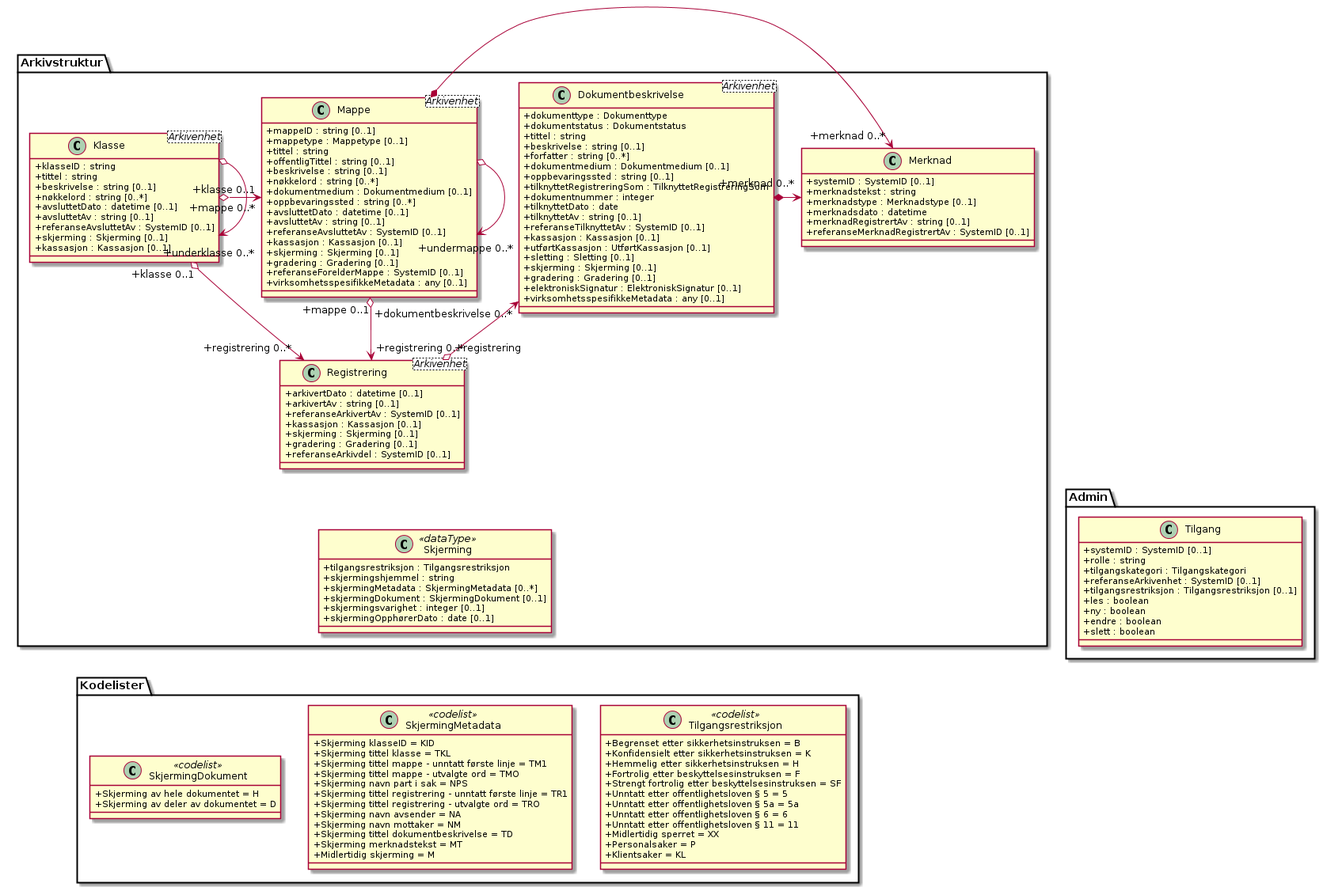
The PlantUML diagram kapitler/media/uml-arkivstruktur-skjerming.png in arkivverket/noark5-tjenestegrensesnitt-standard, before a commit. Its diagram source:
```plantuml
@startuml
skinparam classAttributeIconSize 0

class Arkivstruktur.Klasse <Arkivenhet> {
  +klasseID : string
  +tittel : string
  +beskrivelse : string [0..1]
  +nøkkelord : string [0..*]
  +avsluttetDato : datetime [0..1]
  +avsluttetAv : string [0..1]
  +referanseAvsluttetAv : SystemID [0..1]
  +skjerming : Skjerming [0..1]
  +kassasjon : Kassasjon [0..1]
}
class Arkivstruktur.Mappe <Arkivenhet> {
  +mappeID : string [0..1]
  +mappetype : Mappetype [0..1]
  +tittel : string
  +offentligTittel : string [0..1]
  +beskrivelse : string [0..1]
  +nøkkelord : string [0..*]
  +dokumentmedium : Dokumentmedium [0..1]
  +oppbevaringssted : string [0..*]
  +avsluttetDato : datetime [0..1]
  +avsluttetAv : string [0..1]
  +referanseAvsluttetAv : SystemID [0..1]
  +kassasjon : Kassasjon [0..1]
  +skjerming : Skjerming [0..1]
  +gradering : Gradering [0..1]
  +referanseForelderMappe : SystemID [0..1]
  +virksomhetsspesifikkeMetadata : any [0..1]
}
class Arkivstruktur.Dokumentbeskrivelse <Arkivenhet> {
  +dokumenttype : Dokumenttype
  +dokumentstatus : Dokumentstatus
  +tittel : string
  +beskrivelse : string [0..1]
  +forfatter : string [0..*]
  +dokumentmedium : Dokumentmedium [0..1]
  +oppbevaringssted : string [0..1]
  +tilknyttetRegistreringSom : TilknyttetRegistreringSom
  +dokumentnummer : integer
  +tilknyttetDato : date
  +tilknyttetAv : string [0..1]
  +referanseTilknyttetAv : SystemID [0..1]
  +kassasjon : Kassasjon [0..1]
  +utførtKassasjon : UtførtKassasjon [0..1]
  +sletting : Sletting [0..1]
  +skjerming : Skjerming [0..1]
  +gradering : Gradering [0..1]
  +elektroniskSignatur : ElektroniskSignatur [0..1]
  +virksomhetsspesifikkeMetadata : any [0..1]
}
class Arkivstruktur.Registrering <Arkivenhet> {
  +arkivertDato : datetime [0..1]
  +arkivertAv : string [0..1]
  +referanseArkivertAv : SystemID [0..1]
  +kassasjon : Kassasjon [0..1]
  +skjerming : Skjerming [0..1]
  +gradering : Gradering [0..1]
  +referanseArkivdel : SystemID [0..1]
}
class Arkivstruktur.Merknad {
  +systemID : SystemID [0..1]
  +merknadstekst : string
  +merknadstype : Merknadstype [0..1]
  +merknadsdato : datetime
  +merknadRegistrertAv : string [0..1]
  +referanseMerknadRegistrertAv : SystemID [0..1]
}
class Arkivstruktur.Skjerming <<dataType>> {
  +tilgangsrestriksjon : Tilgangsrestriksjon
  +skjermingshjemmel : string
  +skjermingMetadata : SkjermingMetadata [0..*]
  +skjermingDokument : SkjermingDokument [0..1]
  +skjermingsvarighet : integer [0..1]
  +skjermingOpphørerDato : date [0..1]
}
class Kodelister.SkjermingMetadata <<codelist>> {
  +Skjerming klasseID = KID
  +Skjerming tittel klasse = TKL
  +Skjerming tittel mappe - unntatt første linje = TM1
  +Skjerming tittel mappe - utvalgte ord = TMO
  +Skjerming navn part i sak = NPS
  +Skjerming tittel registrering - unntatt første linje = TR1
  +Skjerming tittel registrering - utvalgte ord = TRO
  +Skjerming navn avsender = NA
  +Skjerming navn mottaker = NM
  +Skjerming tittel dokumentbeskrivelse = TD
  +Skjerming merknadstekst = MT
  +Midlertidig skjerming = M
}
class Kodelister.SkjermingDokument <<codelist>> {
  +Skjerming av hele dokumentet = H
  +Skjerming av deler av dokumentet = D
}
class Kodelister.Tilgangsrestriksjon <<codelist>> {
  +Begrenset etter sikkerhetsinstruksen = B
  +Konfidensielt etter sikkerhetsinstruksen = K
  +Hemmelig etter sikkerhetsinstruksen = H
  +Fortrolig etter beskyttelsesinstruksen = F
  +Strengt fortrolig etter beskyttelsesinstruksen = SF
  +Unntatt etter offentlighetsloven § 5 = 5
  +Unntatt etter offentlighetsloven § 5a = 5a
  +Unntatt etter offentlighetsloven § 6 = 6
  +Unntatt etter offentlighetsloven § 11 = 11
  +Midlertidig sperret = XX
  +Personalsaker = P
  +Klientsaker = KL
}
class Admin.Tilgang {
  +systemID : SystemID [0..1]
  +rolle : string
  +tilgangskategori : Tilgangskategori
  +referanseArkivenhet : SystemID [0..1]
  +tilgangsrestriksjon : Tilgangsrestriksjon [0..1]
  +les : boolean
  +ny : boolean
  +endre : boolean
  +slett : boolean
}

Arkivstruktur.Klasse o--> "+underklasse 0..*" Arkivstruktur.Klasse
Arkivstruktur.Klasse "+klasse 0..1" o-> "+mappe 0..*" Arkivstruktur.Mappe
Arkivstruktur.Mappe o-> "+undermappe 0..*" Arkivstruktur.Mappe
Arkivstruktur.Mappe "+mappe 0..1" o--> "+registrering 0..*" Arkivstruktur.Registrering
Arkivstruktur.Klasse "+klasse 0..1" o--> "+registrering 0..*" Arkivstruktur.Registrering
Arkivstruktur.Registrering "+registrering" o--> "+dokumentbeskrivelse 0..*" Arkivstruktur.Dokumentbeskrivelse
Arkivstruktur.Mappe *-> "+merknad 0..*" Arkivstruktur.Merknad
Arkivstruktur.Dokumentbeskrivelse *-> "+merknad 0..*" Arkivstruktur.Merknad

Arkivstruktur.Registrering <-[hidden]- Arkivstruktur.Skjerming
Arkivstruktur.Dokumentbeskrivelse <-[hidden]- Arkivstruktur.Skjerming
Arkivstruktur.Dokumentbeskrivelse <-[hidden]- Kodelister.Tilgangsrestriksjon
Admin.Tilgang <-[hidden]- Kodelister.Tilgangsrestriksjon
Arkivstruktur.Skjerming <-[hidden]- Kodelister.SkjermingMetadata
Arkivstruktur.Skjerming <-[hidden]- Kodelister.SkjermingDokument

@enduml
```
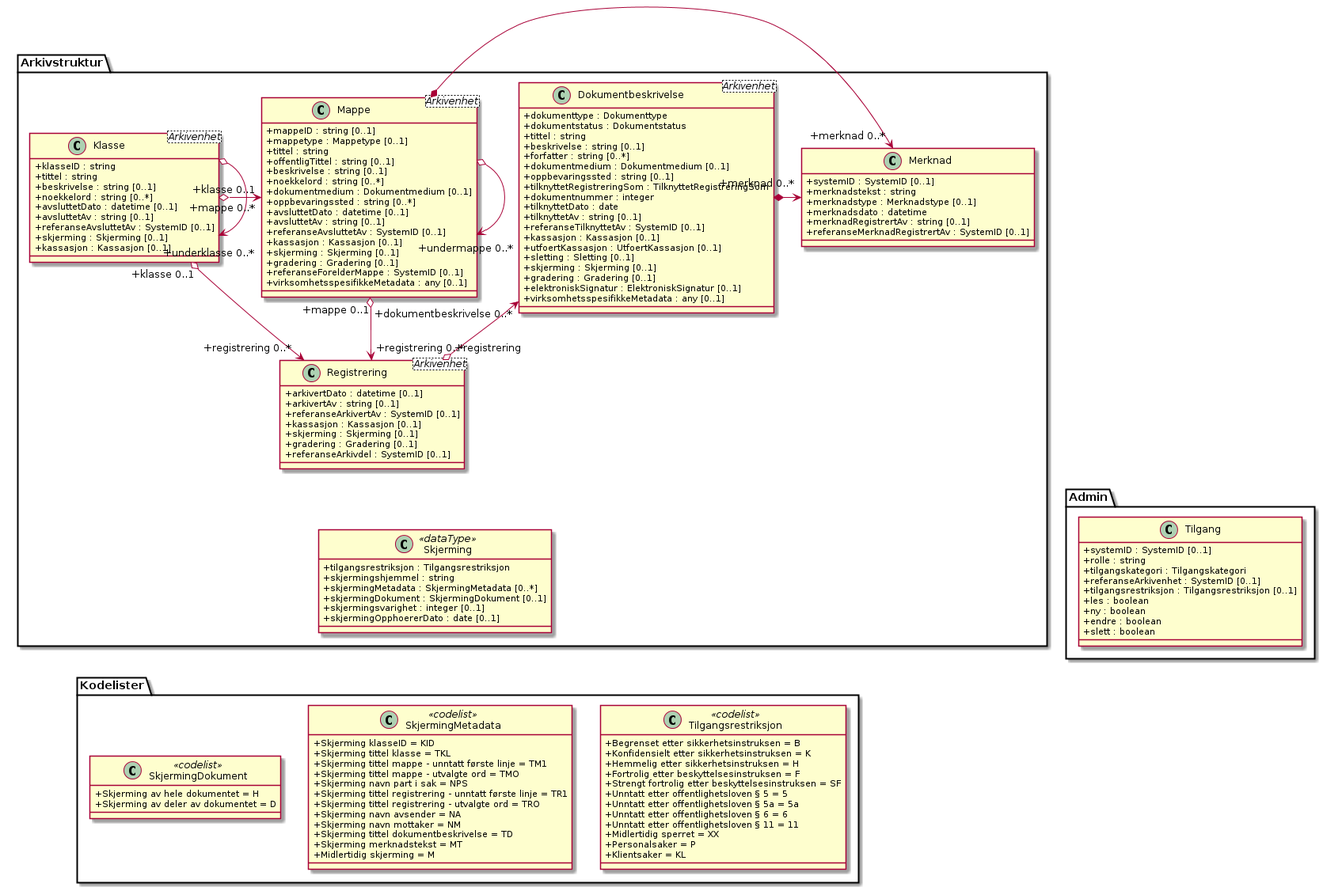
Later version of the same file.

Diff of the diagram source:
```diff
@@ -5,7 +5,7 @@
   +klasseID : string
   +tittel : string
   +beskrivelse : string [0..1]
-  +nøkkelord : string [0..*]
+  +noekkelord : string [0..*]
   +avsluttetDato : datetime [0..1]
   +avsluttetAv : string [0..1]
   +referanseAvsluttetAv : SystemID [0..1]
@@ -18,7 +18,7 @@
   +tittel : string
   +offentligTittel : string [0..1]
   +beskrivelse : string [0..1]
-  +nøkkelord : string [0..*]
+  +noekkelord : string [0..*]
   +dokumentmedium : Dokumentmedium [0..1]
   +oppbevaringssted : string [0..*]
   +avsluttetDato : datetime [0..1]
@@ -44,7 +44,7 @@
   +tilknyttetAv : string [0..1]
   +referanseTilknyttetAv : SystemID [0..1]
   +kassasjon : Kassasjon [0..1]
-  +utførtKassasjon : UtførtKassasjon [0..1]
+  +utfoertKassasjon : UtfoertKassasjon [0..1]
   +sletting : Sletting [0..1]
   +skjerming : Skjerming [0..1]
   +gradering : Gradering [0..1]
@@ -74,7 +74,7 @@
   +skjermingMetadata : SkjermingMetadata [0..*]
   +skjermingDokument : SkjermingDokument [0..1]
   +skjermingsvarighet : integer [0..1]
-  +skjermingOpphørerDato : date [0..1]
+  +skjermingOpphoererDato : date [0..1]
 }
 class Kodelister.SkjermingMetadata <<codelist>> {
   +Skjerming klasseID = KID
```
